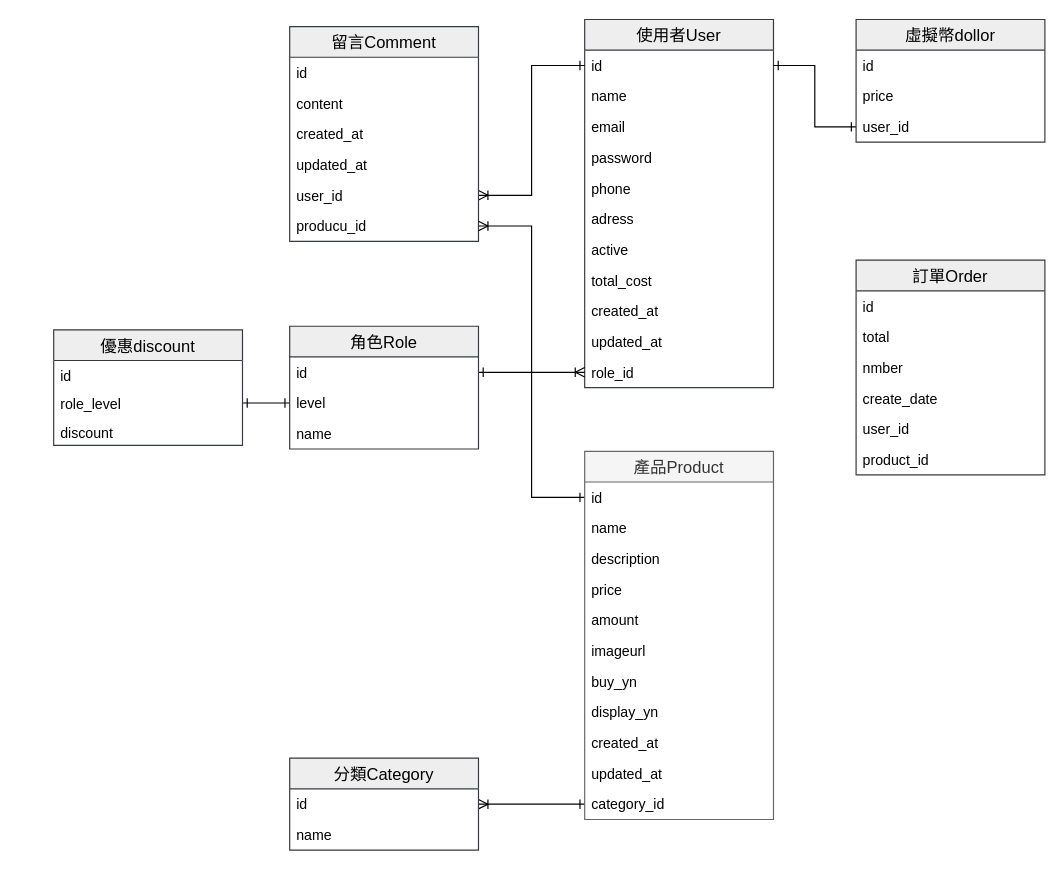
Before: 系統規劃/購物網資料庫設計.drawio in Shenyoyo/ShoppingWeb, a draw.io diagram. Source tidied: cells renumbered, new cells numbered last; positions are measured from the earlier drawing's top-left corner, leaving out a move shared by most shapes. Both pictures are drawn from the tidied source at 118%, with x=0, y=0 at pixel (53, 19).
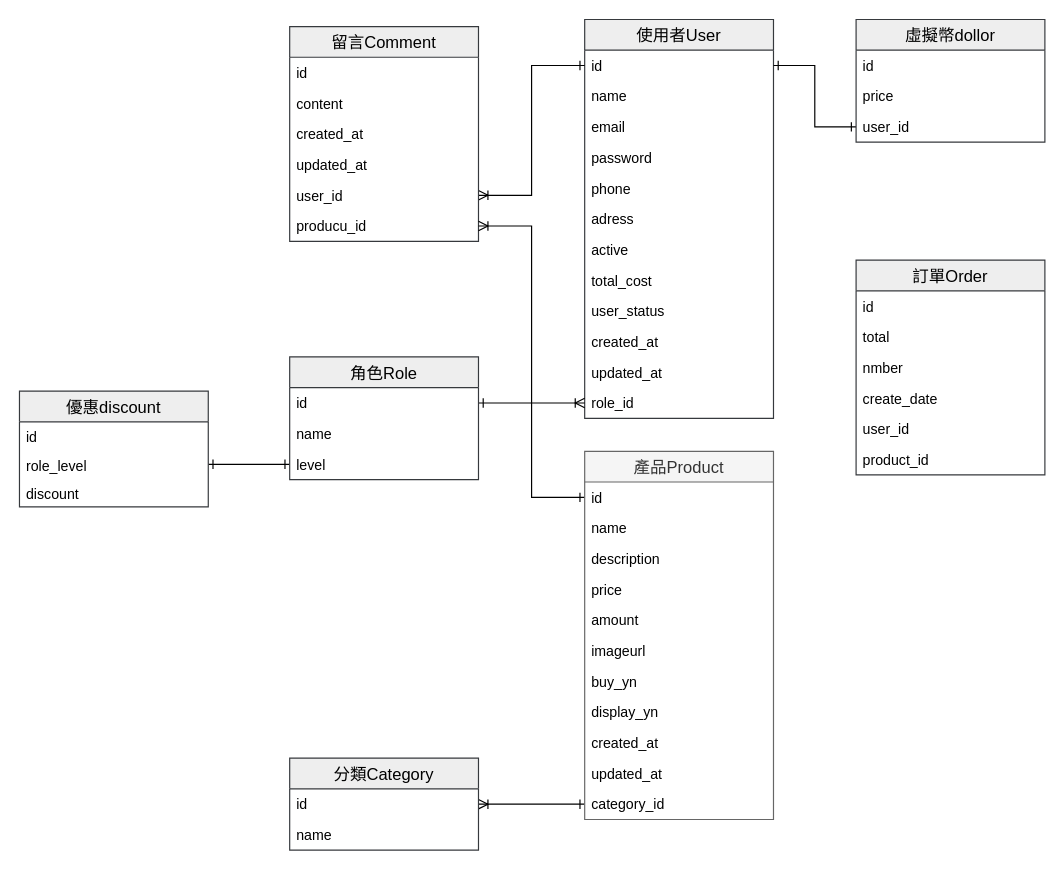
The same page after the edit.

The change refers to these unchanged cells:
```xml
<mxCell id="59" value="role_level" style="text;strokeColor=none;fillColor=none;spacingLeft=4;spacingRight=4;overflow=hidden;points=[[0,0.5],[1,0.5]];portConstraint=eastwest;fontSize=12;" parent="57" vertex="1">
  <mxGeometry y="50" width="160" height="24" as="geometry" />
</mxCell>
```

Change to the diagram source:
```diff
@@
     <mxCell id="2" value="使用者User" style="swimlane;fontStyle=0;horizontal=1;startSize=26;align=center;fontSize=14;swimlaneFillColor=#ffffff;fillColor=#eeeeee;strokeColor=#36393d;" parent="1" vertex="1">
-      <mxGeometry x="450" width="160" height="312" as="geometry" />
+      <mxGeometry x="450" width="160" height="338" as="geometry" />
     </mxCell>
@@
+    <mxCell id="61" value="user_status" style="text;strokeColor=none;fillColor=none;spacingLeft=4;spacingRight=4;overflow=hidden;fontSize=12;" parent="2" vertex="1">
+      <mxGeometry y="234" width="160" height="26" as="geometry" />
+    </mxCell>
     <mxCell id="11" value="created_at&#10;" style="text;strokeColor=none;fillColor=none;spacingLeft=4;spacingRight=4;overflow=hidden;fontSize=12;" parent="2" vertex="1">
-      <mxGeometry y="234" width="160" height="26" as="geometry" />
+      <mxGeometry y="260" width="160" height="26" as="geometry" />
     </mxCell>
     <mxCell id="12" value="updated_at&#10;" style="text;strokeColor=none;fillColor=none;spacingLeft=4;spacingRight=4;overflow=hidden;fontSize=12;" parent="2" vertex="1">
-      <mxGeometry y="260" width="160" height="26" as="geometry" />
+      <mxGeometry y="286" width="160" height="26" as="geometry" />
     </mxCell>
     <mxCell id="13" value="role_id" style="text;strokeColor=none;fillColor=none;spacingLeft=4;spacingRight=4;overflow=hidden;points=[[0,0.5],[1,0.5]];portConstraint=eastwest;fontSize=12;" parent="2" vertex="1">
-      <mxGeometry y="286" width="160" height="26" as="geometry" />
+      <mxGeometry y="312" width="160" height="26" as="geometry" />
     </mxCell>
@@
+    <mxCell id="56" style="edgeStyle=orthogonalEdgeStyle;rounded=0;jettySize=auto;html=1;exitX=1;exitY=0.5;exitDx=0;exitDy=0;entryX=0;entryY=0.5;entryDx=0;entryDy=0;startArrow=ERone;startFill=0;endArrow=ERone;endFill=0;" parent="1" edge="1" source="59" target="54">
+      <mxGeometry relative="1" as="geometry" />
+    </mxCell>
     <mxCell id="52" value="角色Role" style="swimlane;fontStyle=0;horizontal=1;startSize=26;align=center;fontSize=14;swimlaneFillColor=#ffffff;fillColor=#eeeeee;strokeColor=#36393d;" parent="1" vertex="1">
-      <mxGeometry x="200" y="260" width="160" height="104" as="geometry" />
+      <mxGeometry x="200" y="286" width="160" height="104" as="geometry" />
     </mxCell>
@@
+    <mxCell id="55" value="name" style="text;strokeColor=none;fillColor=none;spacingLeft=4;spacingRight=4;overflow=hidden;fontSize=12;" parent="52" vertex="1">
+      <mxGeometry y="52" width="160" height="26" as="geometry" />
+    </mxCell>
     <mxCell id="54" value="level" style="text;strokeColor=none;fillColor=none;spacingLeft=4;spacingRight=4;overflow=hidden;points=[[0,0.5],[1,0.5]];portConstraint=eastwest;fontSize=12;" parent="52" vertex="1">
-      <mxGeometry y="52" width="160" height="26" as="geometry" />
+      <mxGeometry y="78" width="160" height="26" as="geometry" />
     </mxCell>
-    <mxCell id="55" value="name" style="text;strokeColor=none;fillColor=none;spacingLeft=4;spacingRight=4;overflow=hidden;fontSize=12;" parent="52" vertex="1">
-      <mxGeometry y="78" width="160" height="26" as="geometry" />
-    </mxCell>
-    <mxCell id="56" style="edgeStyle=orthogonalEdgeStyle;rounded=0;jettySize=auto;html=1;exitX=1;exitY=0.5;exitDx=0;exitDy=0;entryX=0;entryY=0.5;entryDx=0;entryDy=0;startArrow=ERone;startFill=0;endArrow=ERone;endFill=0;" parent="1" edge="1" source="59" target="54">
-      <mxGeometry relative="1" as="geometry" />
-    </mxCell>
     <mxCell id="57" value="優惠discount" style="swimlane;fontStyle=0;horizontal=1;startSize=26;align=center;fontSize=14;swimlaneFillColor=#ffffff;fillColor=#eeeeee;strokeColor=#36393d;" parent="1" vertex="1">
-      <mxGeometry y="263" width="160" height="98" as="geometry" />
+      <mxGeometry x="-29" y="315" width="160" height="98" as="geometry" />
     </mxCell>
```
